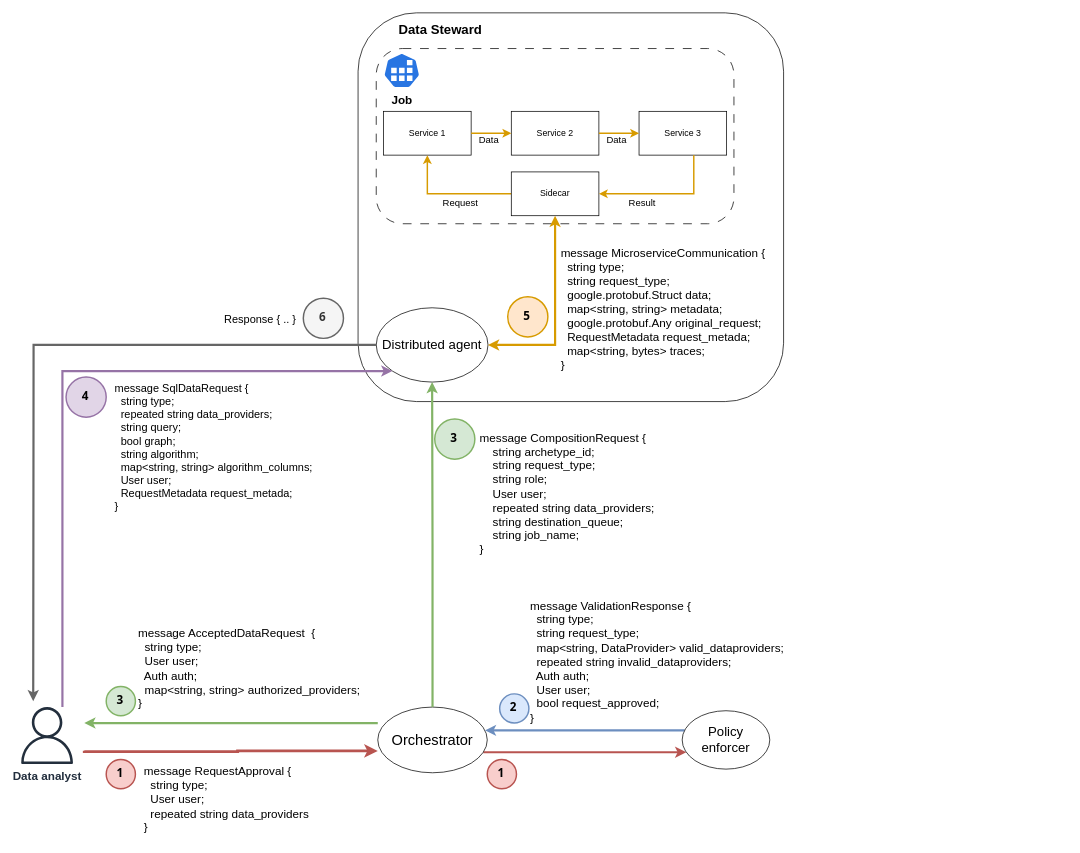
Earlier version of the draw.io diagram docs/drawio/dynamos/dynamos-generic-architecture.drawio (Jorrit05/DYNAMOS). Source tidied: cells renumbered, new cells numbered last; positions are measured from the earlier drawing's top-left corner, leaving out a move shared by most shapes. Both pictures are drawn from the tidied source at 73%, with x=0, y=0 at pixel (18, 12).
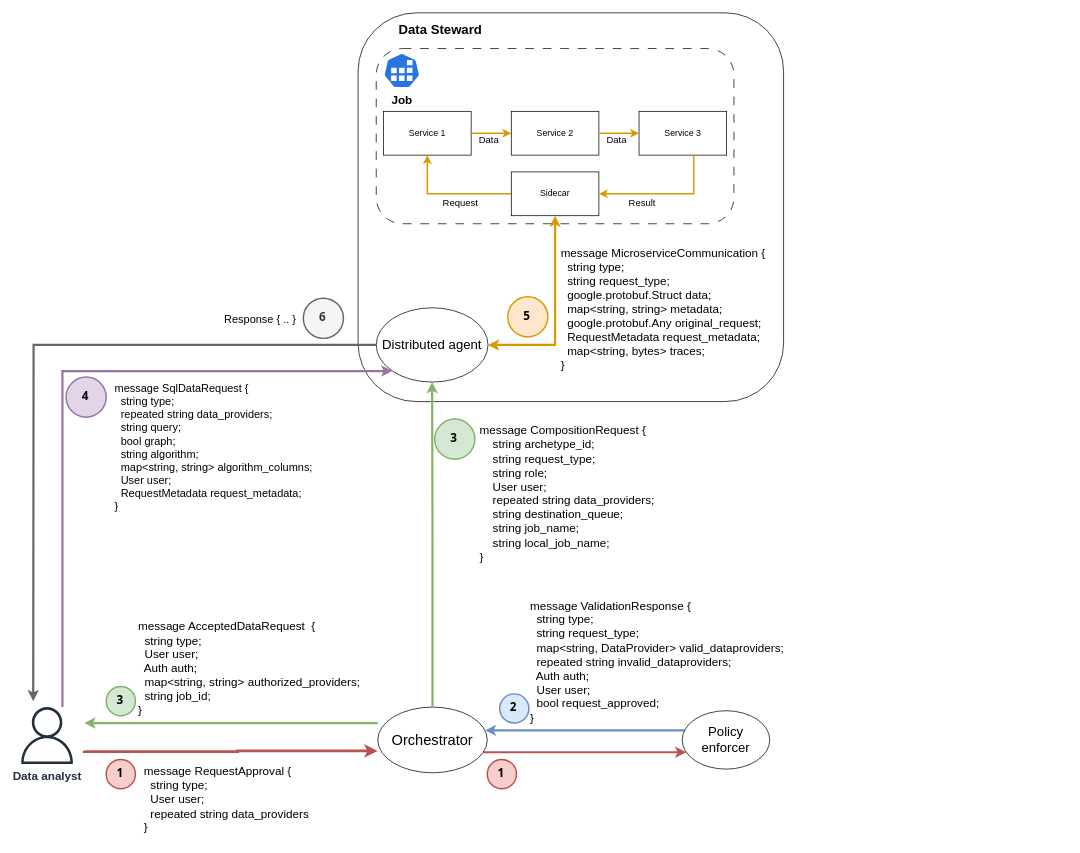
After the change.

Unchanged cells that the change refers to:
```xml
<mxCell id="8" style="group;fillColor=none;strokeColor=none;" parent="1" vertex="1">
  <mxGeometry x="477.9" y="134.1" width="960" height="353.5" as="geometry" />
</mxCell>
```

What changed in the source:
```diff
@@
-    <mxCell id="27" value="&lt;div style=&quot;font-size: 16px;&quot;&gt;&lt;div&gt;message MicroserviceCommunication {&lt;/div&gt;&lt;div&gt;&amp;nbsp; string type;&lt;/div&gt;&lt;div&gt;&amp;nbsp; string request_type;&lt;/div&gt;&lt;div&gt;&amp;nbsp; google.protobuf.Struct data;&lt;/div&gt;&lt;div&gt;&amp;nbsp; map&amp;lt;string, string&amp;gt; metadata;&lt;/div&gt;&lt;div&gt;&amp;nbsp; google.protobuf.Any original_request;&lt;/div&gt;&lt;div&gt;&amp;nbsp; RequestMetadata request_metada;&lt;/div&gt;&lt;div&gt;&amp;nbsp; map&amp;lt;string, bytes&amp;gt; traces;&lt;/div&gt;&lt;div&gt;}&lt;/div&gt;&lt;/div&gt;" style="text;html=1;strokeColor=none;fillColor=none;align=left;verticalAlign=middle;whiteSpace=wrap;rounded=0;fontSize=16;" parent="8" vertex="1">
+    <mxCell id="27" value="&lt;div style=&quot;font-size: 16px;&quot;&gt;&lt;div&gt;message MicroserviceCommunication {&lt;/div&gt;&lt;div&gt;&amp;nbsp; string type;&lt;/div&gt;&lt;div&gt;&amp;nbsp; string request_type;&lt;/div&gt;&lt;div&gt;&amp;nbsp; google.protobuf.Struct data;&lt;/div&gt;&lt;div&gt;&amp;nbsp; map&amp;lt;string, string&amp;gt; metadata;&lt;/div&gt;&lt;div&gt;&amp;nbsp; google.protobuf.Any original_request;&lt;/div&gt;&lt;div&gt;&amp;nbsp; RequestMetadata request_metadata;&lt;/div&gt;&lt;div&gt;&amp;nbsp; map&amp;lt;string, bytes&amp;gt; traces;&lt;/div&gt;&lt;div&gt;}&lt;/div&gt;&lt;/div&gt;" style="text;html=1;strokeColor=none;fillColor=none;align=left;verticalAlign=middle;whiteSpace=wrap;rounded=0;fontSize=16;" parent="8" vertex="1">
       <mxGeometry x="263.1" y="194.9" width="317.9" height="153.2" as="geometry" />
     </mxCell>
@@
-    <mxCell id="38" value="&lt;div style=&quot;font-size: 16px;&quot;&gt;&lt;font style=&quot;font-size: 16px;&quot;&gt;message AcceptedDataRequest&amp;nbsp; {&lt;/font&gt;&lt;/div&gt;&lt;div style=&quot;font-size: 16px;&quot;&gt;&lt;font style=&quot;font-size: 16px;&quot;&gt;&amp;nbsp; string type;&lt;/font&gt;&lt;/div&gt;&lt;div style=&quot;font-size: 16px;&quot;&gt;&lt;font style=&quot;font-size: 16px;&quot;&gt;&amp;nbsp; User user;&lt;/font&gt;&lt;/div&gt;&lt;div style=&quot;font-size: 16px;&quot;&gt;&lt;font style=&quot;font-size: 16px;&quot;&gt;&amp;nbsp; Auth auth;&lt;/font&gt;&lt;/div&gt;&lt;div style=&quot;font-size: 16px;&quot;&gt;&lt;font style=&quot;font-size: 16px;&quot;&gt;&amp;nbsp; map&amp;lt;string, string&amp;gt; authorized_providers;&lt;/font&gt;&lt;/div&gt;&lt;div style=&quot;font-size: 16px;&quot;&gt;&lt;span style=&quot;background-color: initial;&quot;&gt;}&lt;/span&gt;&lt;br&gt;&lt;/div&gt;" style="text;html=1;align=left;verticalAlign=middle;strokeColor=none;fillColor=none;" parent="1" vertex="1">
-      <mxGeometry x="162" y="833" width="330" height="130" as="geometry" />
+    <mxCell id="38" value="&lt;div style=&quot;font-size: 16px;&quot;&gt;&lt;font style=&quot;font-size: 16px;&quot;&gt;message AcceptedDataRequest&amp;nbsp; {&lt;/font&gt;&lt;/div&gt;&lt;div style=&quot;font-size: 16px;&quot;&gt;&lt;font style=&quot;font-size: 16px;&quot;&gt;&amp;nbsp; string type;&lt;/font&gt;&lt;/div&gt;&lt;div style=&quot;font-size: 16px;&quot;&gt;&lt;font style=&quot;font-size: 16px;&quot;&gt;&amp;nbsp; User user;&lt;/font&gt;&lt;/div&gt;&lt;div style=&quot;font-size: 16px;&quot;&gt;&lt;font style=&quot;font-size: 16px;&quot;&gt;&amp;nbsp; Auth auth;&lt;/font&gt;&lt;/div&gt;&lt;div style=&quot;font-size: 16px;&quot;&gt;&lt;font style=&quot;font-size: 16px;&quot;&gt;&amp;nbsp; map&amp;lt;string, string&amp;gt; authorized_providers;&lt;br&gt;&amp;nbsp; string job_id;&lt;/font&gt;&lt;/div&gt;&lt;div style=&quot;font-size: 16px;&quot;&gt;&lt;span style=&quot;background-color: initial;&quot;&gt;}&lt;/span&gt;&lt;br&gt;&lt;/div&gt;" style="text;html=1;align=left;verticalAlign=middle;strokeColor=none;fillColor=none;" parent="1" vertex="1">
+      <mxGeometry x="162" y="823" width="330" height="150" as="geometry" />
     </mxCell>
-    <mxCell id="39" value="&lt;div style=&quot;font-size: 16px;&quot;&gt;&lt;font style=&quot;font-size: 16px;&quot;&gt;&lt;br&gt;&lt;/font&gt;&lt;/div&gt;&lt;div style=&quot;font-size: 16px;&quot;&gt;&lt;font style=&quot;font-size: 16px;&quot;&gt;message CompositionRequest {&lt;/font&gt;&lt;/div&gt;&lt;div style=&quot;font-size: 16px;&quot;&gt;&lt;font style=&quot;font-size: 16px;&quot;&gt;&amp;nbsp; &amp;nbsp; string archetype_id;&lt;/font&gt;&lt;/div&gt;&lt;div style=&quot;font-size: 16px;&quot;&gt;&lt;font style=&quot;font-size: 16px;&quot;&gt;&amp;nbsp; &amp;nbsp; string request_type;&lt;/font&gt;&lt;/div&gt;&lt;div style=&quot;font-size: 16px;&quot;&gt;&lt;font style=&quot;font-size: 16px;&quot;&gt;&amp;nbsp; &amp;nbsp; string role;&lt;/font&gt;&lt;/div&gt;&lt;div style=&quot;font-size: 16px;&quot;&gt;&lt;font style=&quot;font-size: 16px;&quot;&gt;&amp;nbsp; &amp;nbsp; User user;&lt;/font&gt;&lt;/div&gt;&lt;div style=&quot;font-size: 16px;&quot;&gt;&lt;font style=&quot;font-size: 16px;&quot;&gt;&amp;nbsp; &amp;nbsp; repeated string data_providers;&lt;/font&gt;&lt;/div&gt;&lt;div style=&quot;font-size: 16px;&quot;&gt;&lt;font style=&quot;font-size: 16px;&quot;&gt;&amp;nbsp; &amp;nbsp; string destination_queue;&lt;/font&gt;&lt;/div&gt;&lt;div style=&quot;font-size: 16px;&quot;&gt;&lt;font style=&quot;font-size: 16px;&quot;&gt;&amp;nbsp; &amp;nbsp; string job_name;&lt;/font&gt;&lt;/div&gt;&lt;div style=&quot;font-size: 16px;&quot;&gt;&lt;font style=&quot;font-size: 16px;&quot;&gt;}&lt;/font&gt;&lt;/div&gt;" style="text;html=1;align=left;verticalAlign=middle;strokeColor=none;fillColor=none;" parent="1" vertex="1">
-      <mxGeometry x="630" y="543.6" width="260" height="210" as="geometry" />
+    <mxCell id="39" value="&lt;div style=&quot;font-size: 16px;&quot;&gt;&lt;font style=&quot;font-size: 16px;&quot;&gt;&lt;br&gt;&lt;/font&gt;&lt;/div&gt;&lt;div style=&quot;font-size: 16px;&quot;&gt;&lt;font style=&quot;font-size: 16px;&quot;&gt;message CompositionRequest {&lt;/font&gt;&lt;/div&gt;&lt;div style=&quot;font-size: 16px;&quot;&gt;&lt;font style=&quot;font-size: 16px;&quot;&gt;&amp;nbsp; &amp;nbsp; string archetype_id;&lt;/font&gt;&lt;/div&gt;&lt;div style=&quot;font-size: 16px;&quot;&gt;&lt;font style=&quot;font-size: 16px;&quot;&gt;&amp;nbsp; &amp;nbsp; string request_type;&lt;/font&gt;&lt;/div&gt;&lt;div style=&quot;font-size: 16px;&quot;&gt;&lt;font style=&quot;font-size: 16px;&quot;&gt;&amp;nbsp; &amp;nbsp; string role;&lt;/font&gt;&lt;/div&gt;&lt;div style=&quot;font-size: 16px;&quot;&gt;&lt;font style=&quot;font-size: 16px;&quot;&gt;&amp;nbsp; &amp;nbsp; User user;&lt;/font&gt;&lt;/div&gt;&lt;div style=&quot;font-size: 16px;&quot;&gt;&lt;font style=&quot;font-size: 16px;&quot;&gt;&amp;nbsp; &amp;nbsp; repeated string data_providers;&lt;/font&gt;&lt;/div&gt;&lt;div style=&quot;font-size: 16px;&quot;&gt;&lt;font style=&quot;font-size: 16px;&quot;&gt;&amp;nbsp; &amp;nbsp; string destination_queue;&lt;/font&gt;&lt;/div&gt;&lt;div style=&quot;font-size: 16px;&quot;&gt;&lt;font style=&quot;font-size: 16px;&quot;&gt;&amp;nbsp; &amp;nbsp; string job_name;&lt;br&gt;&amp;nbsp; &amp;nbsp; string&amp;nbsp;&lt;/font&gt;local_job_name;&lt;/div&gt;&lt;div style=&quot;font-size: 16px;&quot;&gt;&lt;font style=&quot;font-size: 16px;&quot;&gt;}&lt;/font&gt;&lt;/div&gt;" style="text;html=1;align=left;verticalAlign=middle;strokeColor=none;fillColor=none;" parent="1" vertex="1">
+      <mxGeometry x="630" y="538.6" width="260" height="220" as="geometry" />
     </mxCell>
@@
-    <mxCell id="42" value="message SqlDataRequest {&#10;  string type;&#10;  repeated string data_providers;&#10;  string query;&#10;  bool graph;&#10;  string algorithm;&#10;  map&lt;string, string&gt; algorithm_columns;&#10;  User user;&#10;  RequestMetadata request_metada;&#10;}" style="text;whiteSpace=wrap;fontSize=15;" parent="1" vertex="1">
+    <mxCell id="42" value="message SqlDataRequest {&#10;  string type;&#10;  repeated string data_providers;&#10;  string query;&#10;  bool graph;&#10;  string algorithm;&#10;  map&lt;string, string&gt; algorithm_columns;&#10;  User user;&#10;  RequestMetadata request_metadata;&#10;}" style="text;whiteSpace=wrap;fontSize=15;" parent="1" vertex="1">
       <mxGeometry x="130" y="499" width="350" height="170" as="geometry" />
     </mxCell>
```
